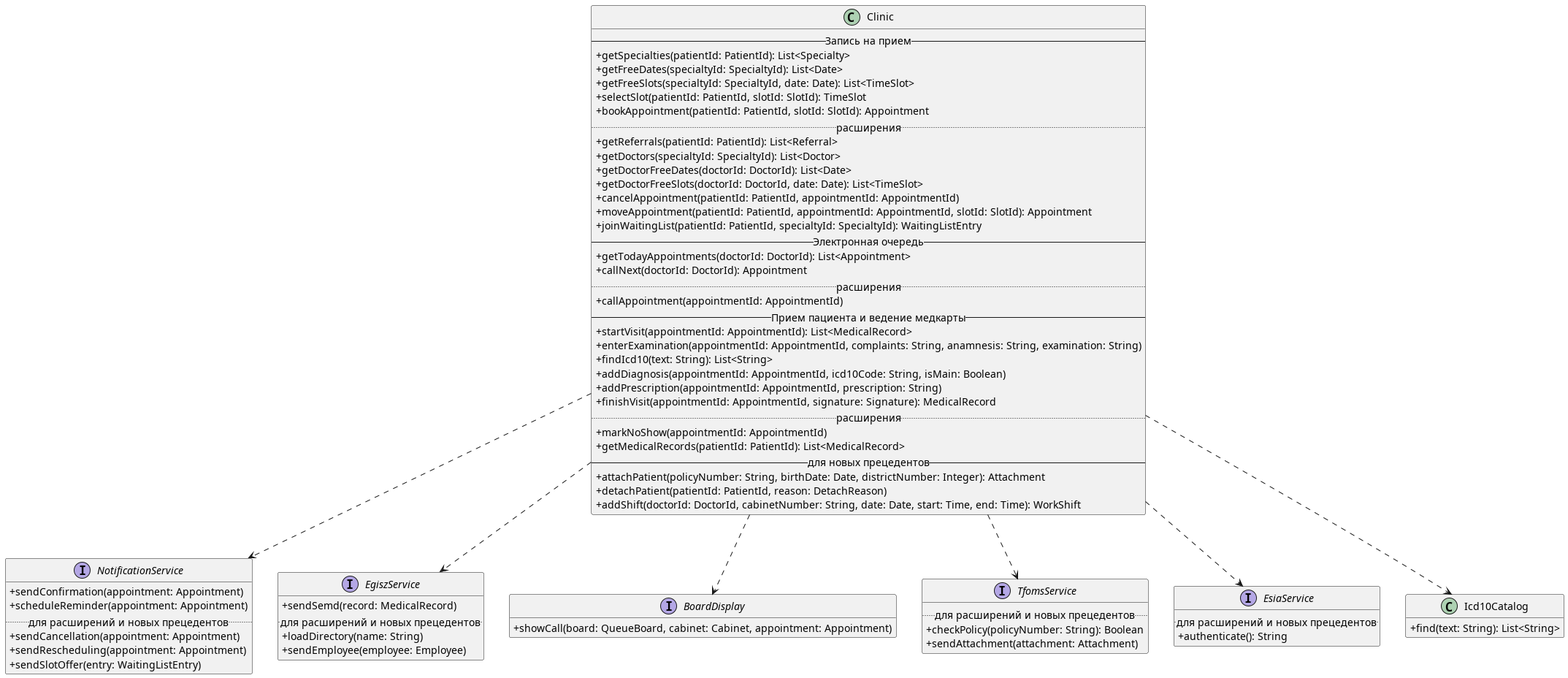
This is img/classes-services.png from penamarth/bsbo-11-24_team3_var3_clinic, a PlantUML export, as it was before one commit.
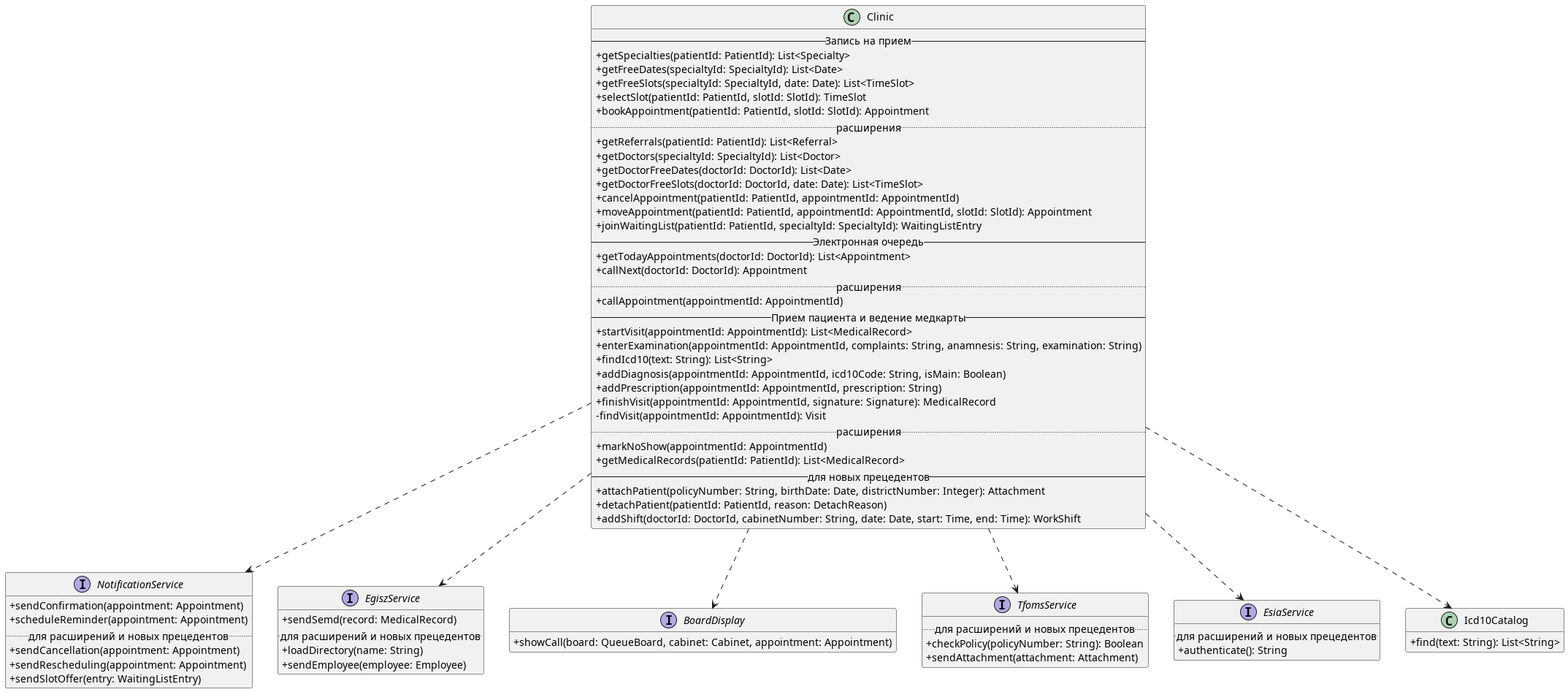
After the commit.

Commit message:
закрытый findVisit для операций приема

Diff of the diagram source:
```diff
@@ -29,6 +29,7 @@
   + addDiagnosis(appointmentId: AppointmentId, icd10Code: String, isMain: Boolean)
   + addPrescription(appointmentId: AppointmentId, prescription: String)
   + finishVisit(appointmentId: AppointmentId, signature: Signature): MedicalRecord
+  - findVisit(appointmentId: AppointmentId): Visit
   .. расширения ..
   + markNoShow(appointmentId: AppointmentId)
   + getMedicalRecords(patientId: PatientId): List<MedicalRecord>
```
